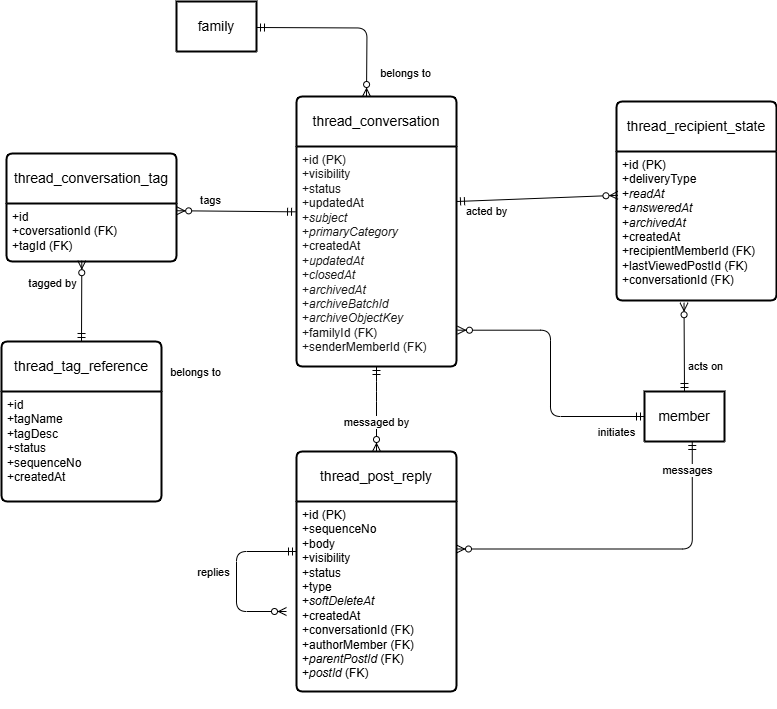
Before: docs/threads-schema.png, a diagram exported from draw.io (greg1951/family-social-scratch). Source tidied: cells renumbered, new cells last; positions are measured from the earlier drawing's top-left corner, leaving out a move shared by most shapes.
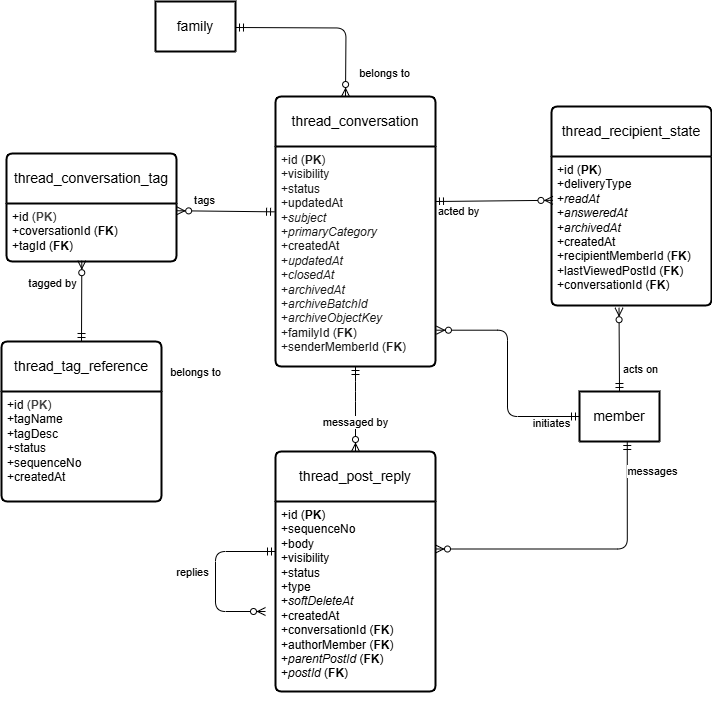
Later version of the same file.

Commit message:
implemented recipe schema

Diff of the diagram source:
```diff
@@ -8,7 +8,7 @@
     <mxCell id="3" value="thread_conversation" style="swimlane;horizontal=1;startSize=50;rounded=1;fontSize=14;fontStyle=0;strokeWidth=2;shadow=0;dashed=0;align=center;arcSize=4;whiteSpace=wrap;html=1;" parent="1" vertex="1">
       <mxGeometry x="295" y="95" width="160" height="270" as="geometry" />
     </mxCell>
-    <mxCell id="4" value="&lt;font style=&quot;color: rgb(26, 26, 26);&quot;&gt;+id (PK)&lt;br&gt;+visibility&lt;br&gt;+status&lt;/font&gt;&lt;div&gt;&lt;font style=&quot;color: rgb(26, 26, 26);&quot;&gt;+updatedAt&lt;/font&gt;&lt;/div&gt;&lt;div&gt;&lt;font style=&quot;color: rgb(26, 26, 26);&quot;&gt;+&lt;i&gt;subject&lt;/i&gt;&lt;/font&gt;&lt;/div&gt;&lt;div&gt;&lt;font style=&quot;color: rgb(26, 26, 26);&quot;&gt;+&lt;i&gt;primaryCategory&lt;/i&gt;&lt;/font&gt;&lt;/div&gt;&lt;div&gt;&lt;font style=&quot;color: rgb(26, 26, 26);&quot;&gt;+createdAt&lt;/font&gt;&lt;/div&gt;&lt;div&gt;&lt;font style=&quot;color: rgb(26, 26, 26);&quot;&gt;+&lt;i&gt;updatedAt&lt;/i&gt;&lt;/font&gt;&lt;/div&gt;&lt;div&gt;&lt;font style=&quot;color: rgb(26, 26, 26);&quot;&gt;+&lt;i&gt;closedAt&lt;/i&gt;&lt;/font&gt;&lt;/div&gt;&lt;div&gt;&lt;font style=&quot;color: rgb(26, 26, 26);&quot;&gt;+&lt;i&gt;archivedAt&lt;/i&gt;&lt;/font&gt;&lt;/div&gt;&lt;div&gt;&lt;font style=&quot;color: rgb(26, 26, 26);&quot;&gt;+&lt;i&gt;archiveBatchId&lt;/i&gt;&lt;/font&gt;&lt;/div&gt;&lt;div&gt;&lt;font style=&quot;color: rgb(26, 26, 26);&quot;&gt;+&lt;i&gt;archiveObjectKey&lt;/i&gt;&lt;/font&gt;&lt;/div&gt;&lt;div&gt;&lt;font style=&quot;color: rgb(26, 26, 26);&quot;&gt;+familyId (FK)&lt;/font&gt;&lt;/div&gt;&lt;div&gt;&lt;font style=&quot;color: rgb(26, 26, 26);&quot;&gt;+senderMemberId (FK)&lt;/font&gt;&lt;/div&gt;&lt;div&gt;&lt;br&gt;&lt;/div&gt;" style="align=left;strokeColor=none;fillColor=none;spacingLeft=4;fontSize=12;verticalAlign=top;html=1;" parent="3" vertex="1">
+    <mxCell id="4" value="&lt;font style=&quot;color: rgb(26, 26, 26);&quot;&gt;+id (&lt;b&gt;PK&lt;/b&gt;)&lt;br&gt;+visibility&lt;br&gt;+status&lt;/font&gt;&lt;div&gt;&lt;font style=&quot;color: rgb(26, 26, 26);&quot;&gt;+updatedAt&lt;/font&gt;&lt;/div&gt;&lt;div&gt;&lt;font style=&quot;color: rgb(26, 26, 26);&quot;&gt;+&lt;i&gt;subject&lt;/i&gt;&lt;/font&gt;&lt;/div&gt;&lt;div&gt;&lt;font style=&quot;color: rgb(26, 26, 26);&quot;&gt;+&lt;i&gt;primaryCategory&lt;/i&gt;&lt;/font&gt;&lt;/div&gt;&lt;div&gt;&lt;font style=&quot;color: rgb(26, 26, 26);&quot;&gt;+createdAt&lt;/font&gt;&lt;/div&gt;&lt;div&gt;&lt;font style=&quot;color: rgb(26, 26, 26);&quot;&gt;+&lt;i&gt;updatedAt&lt;/i&gt;&lt;/font&gt;&lt;/div&gt;&lt;div&gt;&lt;font style=&quot;color: rgb(26, 26, 26);&quot;&gt;+&lt;i&gt;closedAt&lt;/i&gt;&lt;/font&gt;&lt;/div&gt;&lt;div&gt;&lt;font style=&quot;color: rgb(26, 26, 26);&quot;&gt;+&lt;i&gt;archivedAt&lt;/i&gt;&lt;/font&gt;&lt;/div&gt;&lt;div&gt;&lt;font style=&quot;color: rgb(26, 26, 26);&quot;&gt;+&lt;i&gt;archiveBatchId&lt;/i&gt;&lt;/font&gt;&lt;/div&gt;&lt;div&gt;&lt;font style=&quot;color: rgb(26, 26, 26);&quot;&gt;+&lt;i&gt;archiveObjectKey&lt;/i&gt;&lt;/font&gt;&lt;/div&gt;&lt;div&gt;&lt;font style=&quot;color: rgb(26, 26, 26);&quot;&gt;+familyId (&lt;b&gt;FK&lt;/b&gt;)&lt;/font&gt;&lt;/div&gt;&lt;div&gt;&lt;font style=&quot;color: rgb(26, 26, 26);&quot;&gt;+senderMemberId (&lt;b&gt;FK&lt;/b&gt;)&lt;/font&gt;&lt;/div&gt;&lt;div&gt;&lt;br&gt;&lt;/div&gt;" style="align=left;strokeColor=none;fillColor=none;spacingLeft=4;fontSize=12;verticalAlign=top;html=1;" parent="3" vertex="1">
       <mxGeometry y="50" width="160" height="220" as="geometry" />
     </mxCell>
     <mxCell id="5" style="fontSize=12;html=1;endArrow=ERzeroToMany;startArrow=ERmandOne;entryX=0.5;entryY=0;entryDx=0;entryDy=0;edgeStyle=orthogonalEdgeStyle;" parent="1" edge="1">
@@ -23,7 +23,7 @@
       </mxGeometry>
     </mxCell>
     <mxCell id="7" value="member" style="swimlane;horizontal=1;startSize=50;rounded=1;fontSize=14;fontStyle=0;strokeWidth=2;shadow=0;dashed=0;align=center;arcSize=4;whiteSpace=wrap;html=1;" parent="1" vertex="1" collapsed="1">
-      <mxGeometry x="643" y="390" width="80" height="50" as="geometry" />
+      <mxGeometry x="599" y="390" width="80" height="50" as="geometry" />
     </mxCell>
     <mxCell id="8" style="fontSize=12;html=1;endArrow=ERzeroToMany;startArrow=ERmandOne;exitX=0;exitY=0.5;exitDx=0;exitDy=0;entryX=1.006;entryY=0.835;entryDx=0;entryDy=0;entryPerimeter=0;edgeStyle=orthogonalEdgeStyle;" parent="1" edge="1" source="7" target="4">
       <mxGeometry relative="1" as="geometry" />
@@ -31,7 +31,7 @@
     <mxCell id="9" value="thread_post_reply" style="swimlane;horizontal=1;startSize=50;rounded=1;fontSize=14;fontStyle=0;strokeWidth=2;shadow=0;dashed=0;align=center;arcSize=4;whiteSpace=wrap;html=1;" parent="1" vertex="1">
       <mxGeometry x="295" y="450" width="160" height="240" as="geometry" />
     </mxCell>
-    <mxCell id="10" value="+id (PK)&lt;br&gt;+sequenceNo&lt;br&gt;+body&lt;div&gt;+visibility&lt;/div&gt;&lt;div&gt;+status&lt;/div&gt;&lt;div&gt;+type&lt;/div&gt;&lt;div&gt;+&lt;i&gt;softDeleteAt&lt;/i&gt;&lt;/div&gt;&lt;div&gt;+createdAt&lt;/div&gt;&lt;div&gt;+conversationId (FK)&lt;/div&gt;&lt;div&gt;+authorMember (FK)&lt;/div&gt;&lt;div&gt;+&lt;i&gt;parentPostId &lt;/i&gt;(FK)&lt;/div&gt;&lt;div&gt;+&lt;i&gt;postId &lt;/i&gt;(FK)&lt;/div&gt;&lt;div&gt;&lt;br&gt;&lt;/div&gt;&lt;div&gt;&lt;br&gt;&lt;/div&gt;" style="align=left;strokeColor=none;fillColor=none;spacingLeft=4;fontSize=12;verticalAlign=top;html=1;" parent="9" vertex="1">
+    <mxCell id="10" value="+id (&lt;b&gt;PK&lt;/b&gt;)&lt;br&gt;+sequenceNo&lt;br&gt;+body&lt;div&gt;+visibility&lt;/div&gt;&lt;div&gt;+status&lt;/div&gt;&lt;div&gt;+type&lt;/div&gt;&lt;div&gt;+&lt;i&gt;softDeleteAt&lt;/i&gt;&lt;/div&gt;&lt;div&gt;+createdAt&lt;/div&gt;&lt;div&gt;+conversationId (&lt;b&gt;FK&lt;/b&gt;)&lt;/div&gt;&lt;div&gt;+authorMember (&lt;b&gt;FK&lt;/b&gt;)&lt;/div&gt;&lt;div&gt;+&lt;i&gt;parentPostId &lt;/i&gt;(&lt;b&gt;FK&lt;/b&gt;)&lt;/div&gt;&lt;div&gt;+&lt;i&gt;postId &lt;/i&gt;(&lt;b&gt;FK&lt;/b&gt;)&lt;/div&gt;&lt;div&gt;&lt;br&gt;&lt;/div&gt;&lt;div&gt;&lt;br&gt;&lt;/div&gt;" style="align=left;strokeColor=none;fillColor=none;spacingLeft=4;fontSize=12;verticalAlign=top;html=1;" parent="9" vertex="1">
       <mxGeometry y="50" width="160" height="190" as="geometry" />
     </mxCell>
     <mxCell id="11" style="fontSize=12;html=1;endArrow=ERzeroToMany;startArrow=ERmandOne;exitX=0.597;exitY=1;exitDx=0;exitDy=0;edgeStyle=orthogonalEdgeStyle;entryX=1;entryY=0.25;entryDx=0;entryDy=0;exitPerimeter=0;" parent="1" edge="1" source="7" target="10">
@@ -56,9 +56,9 @@
       </mxGeometry>
     </mxCell>
     <mxCell id="15" value="thread_recipient_state" style="swimlane;horizontal=1;startSize=50;rounded=1;fontSize=14;fontStyle=0;strokeWidth=2;shadow=0;dashed=0;align=center;arcSize=4;whiteSpace=wrap;html=1;" parent="1" vertex="1">
-      <mxGeometry x="615" y="100" width="160" height="199" as="geometry" />
+      <mxGeometry x="571" y="105" width="160" height="199" as="geometry" />
     </mxCell>
-    <mxCell id="16" value="+id (PK)&lt;br&gt;+deliveryType&lt;br&gt;&lt;div&gt;+&lt;i&gt;readAt&lt;/i&gt;&lt;/div&gt;&lt;div&gt;+&lt;i&gt;answeredAt&lt;/i&gt;&lt;/div&gt;&lt;div&gt;+&lt;i&gt;archivedAt&lt;/i&gt;&lt;/div&gt;&lt;div&gt;+createdAt&lt;/div&gt;&lt;div&gt;+recipientMemberId (FK)&lt;/div&gt;&lt;div&gt;+lastViewedPostId (FK)&lt;/div&gt;&lt;div&gt;+conversationId (FK)&lt;/div&gt;&lt;div&gt;&lt;br&gt;&lt;/div&gt;&lt;div&gt;&lt;br&gt;&lt;/div&gt;" style="align=left;strokeColor=none;fillColor=none;spacingLeft=4;fontSize=12;verticalAlign=top;html=1;" parent="15" vertex="1">
+    <mxCell id="16" value="+id (&lt;b&gt;PK&lt;/b&gt;)&lt;br&gt;+deliveryType&lt;br&gt;&lt;div&gt;+&lt;i&gt;readAt&lt;/i&gt;&lt;/div&gt;&lt;div&gt;+&lt;i&gt;answeredAt&lt;/i&gt;&lt;/div&gt;&lt;div&gt;+&lt;i&gt;archivedAt&lt;/i&gt;&lt;/div&gt;&lt;div&gt;+createdAt&lt;/div&gt;&lt;div&gt;+recipientMemberId (&lt;b&gt;FK&lt;/b&gt;)&lt;/div&gt;&lt;div&gt;+lastViewedPostId (&lt;b&gt;FK&lt;/b&gt;)&lt;/div&gt;&lt;div&gt;+conversationId (&lt;b&gt;FK&lt;/b&gt;)&lt;/div&gt;&lt;div&gt;&lt;br&gt;&lt;/div&gt;&lt;div&gt;&lt;br&gt;&lt;/div&gt;" style="align=left;strokeColor=none;fillColor=none;spacingLeft=4;fontSize=12;verticalAlign=top;html=1;" parent="15" vertex="1">
       <mxGeometry y="50" width="160" height="149" as="geometry" />
     </mxCell>
     <mxCell id="17" style="fontSize=12;html=1;endArrow=ERzeroToMany;startArrow=ERmandOne;exitX=1;exitY=0.25;exitDx=0;exitDy=0;entryX=0.009;entryY=0.294;entryDx=0;entryDy=0;entryPerimeter=0;" parent="1" edge="1" source="4" target="16">
@@ -83,15 +83,15 @@
       </mxGeometry>
     </mxCell>
     <mxCell id="22" value="thread_tag_reference" style="swimlane;horizontal=1;startSize=50;rounded=1;fontSize=14;fontStyle=0;strokeWidth=2;shadow=0;dashed=0;align=center;arcSize=4;whiteSpace=wrap;html=1;" parent="1" vertex="1">
-      <mxGeometry y="340" width="160" height="160" as="geometry" />
+      <mxGeometry x="21" y="340" width="160" height="160" as="geometry" />
     </mxCell>
-    <mxCell id="23" value="+id&lt;br&gt;+tagName&lt;br&gt;+tagDesc&lt;div&gt;&lt;font color=&quot;#000000&quot;&gt;+status&lt;/font&gt;&lt;/div&gt;&lt;div&gt;&lt;font color=&quot;#000000&quot;&gt;+sequenceNo&lt;br&gt;&lt;/font&gt;&lt;div&gt;+createdAt&lt;/div&gt;&lt;/div&gt;" style="align=left;strokeColor=none;fillColor=none;spacingLeft=4;fontSize=12;verticalAlign=top;html=1;" parent="22" vertex="1">
+    <mxCell id="23" value="+id&lt;span style=&quot;color: rgb(26, 26, 26);&quot;&gt;&amp;nbsp;(&lt;/span&gt;&lt;b style=&quot;color: rgb(63, 63, 63); scrollbar-color: rgb(226, 226, 226) rgb(251, 251, 251);&quot;&gt;PK&lt;/b&gt;&lt;span style=&quot;color: rgb(26, 26, 26);&quot;&gt;)&lt;/span&gt;&lt;br&gt;+tagName&lt;br&gt;+tagDesc&lt;div&gt;&lt;font color=&quot;#000000&quot;&gt;+status&lt;/font&gt;&lt;/div&gt;&lt;div&gt;&lt;font color=&quot;#000000&quot;&gt;+sequenceNo&lt;br&gt;&lt;/font&gt;&lt;div&gt;+createdAt&lt;/div&gt;&lt;/div&gt;" style="align=left;strokeColor=none;fillColor=none;spacingLeft=4;fontSize=12;verticalAlign=top;html=1;" parent="22" vertex="1">
       <mxGeometry y="50" width="160" height="110" as="geometry" />
     </mxCell>
     <mxCell id="24" value="thread_conversation_tag" style="swimlane;horizontal=1;startSize=50;rounded=1;fontSize=14;fontStyle=0;strokeWidth=2;shadow=0;dashed=0;align=center;arcSize=4;whiteSpace=wrap;html=1;" parent="1" vertex="1">
-      <mxGeometry x="5" y="152" width="170" height="108" as="geometry" />
+      <mxGeometry x="26" y="152" width="170" height="108" as="geometry" />
     </mxCell>
-    <mxCell id="25" value="+id&lt;br&gt;+coversationId (FK)&lt;br&gt;+tagId (FK)&lt;div&gt;&lt;br&gt;&lt;/div&gt;" style="align=left;strokeColor=none;fillColor=none;spacingLeft=4;fontSize=12;verticalAlign=top;html=1;" parent="24" vertex="1">
+    <mxCell id="25" value="+id&lt;span style=&quot;color: rgb(26, 26, 26);&quot;&gt;&amp;nbsp;(&lt;/span&gt;&lt;b style=&quot;color: rgb(63, 63, 63); scrollbar-color: rgb(226, 226, 226) rgb(251, 251, 251);&quot;&gt;PK&lt;/b&gt;&lt;span style=&quot;color: rgb(26, 26, 26);&quot;&gt;)&lt;/span&gt;&lt;br&gt;+coversationId (&lt;b&gt;FK&lt;/b&gt;)&lt;br&gt;+tagId (&lt;b&gt;FK&lt;/b&gt;)&lt;div&gt;&lt;br&gt;&lt;/div&gt;" style="align=left;strokeColor=none;fillColor=none;spacingLeft=4;fontSize=12;verticalAlign=top;html=1;" parent="24" vertex="1">
       <mxGeometry y="50" width="170" height="58" as="geometry" />
     </mxCell>
     <mxCell id="26" style="fontSize=12;html=1;endArrow=ERzeroToMany;startArrow=ERmandOne;entryX=1.001;entryY=0.125;entryDx=0;entryDy=0;exitX=-0.006;exitY=0.297;exitDx=0;exitDy=0;exitPerimeter=0;entryPerimeter=0;" parent="1" edge="1" source="4" target="25">
```
